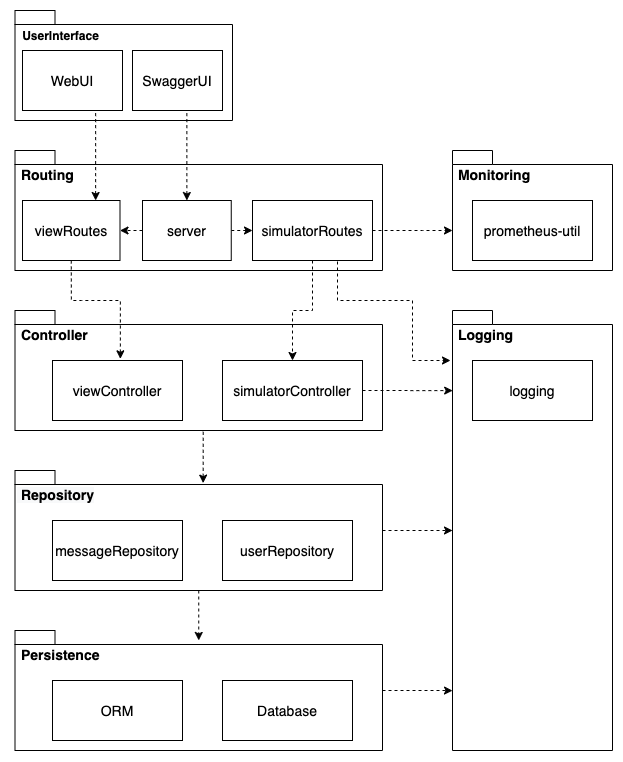
Before: report/images/ch2_packet_overview.png, a diagram exported from draw.io (mortenskoett/itu-devops-group-noname). Source tidied: cells renumbered, new cells last; positions are measured from the earlier drawing's top-left corner, leaving out a move shared by most shapes.
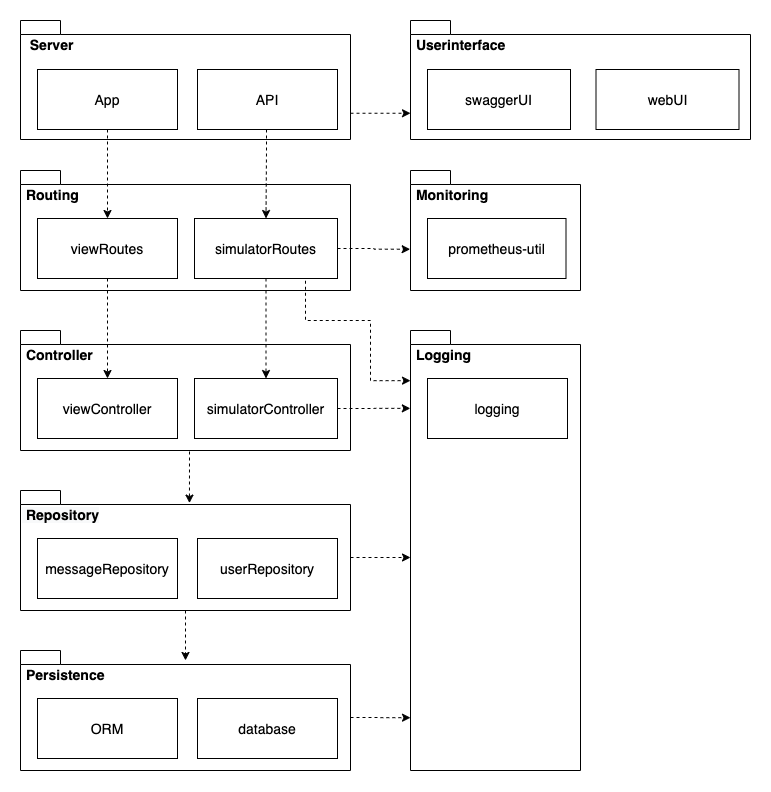
The same file after the commit.

Commit message:
Fix package overview

The edit, as a diff of the source:
```diff
@@ -2,144 +2,124 @@
   <root>
     <mxCell id="0" />
     <mxCell id="1" parent="0" />
-    <mxCell id="2" style="shape=folder;fontStyle=1;spacingTop=10;tabWidth=40;tabHeight=14;tabPosition=left;html=1;align=left;verticalAlign=top;fontSize=14;" parent="1" vertex="1">
-      <mxGeometry x="4.5" width="217.5" height="110" as="geometry" />
+    <mxCell id="2" style="edgeStyle=orthogonalEdgeStyle;rounded=0;jettySize=auto;html=1;exitX=0;exitY=0;exitDx=330;exitDy=92.74999999999999;exitPerimeter=0;entryX=0;entryY=0;entryDx=0;entryDy=92.74999999999999;entryPerimeter=0;dashed=1;" parent="1" edge="1" source="3" target="4">
+      <mxGeometry relative="1" as="geometry" />
     </mxCell>
-    <mxCell id="3" value="&amp;nbsp;Logging" style="shape=folder;fontStyle=1;spacingTop=10;tabWidth=40;tabHeight=14;tabPosition=left;html=1;align=left;verticalAlign=top;fontSize=14;" parent="1" vertex="1">
-      <mxGeometry x="442" y="300" width="160" height="440" as="geometry" />
+    <mxCell id="3" value="&amp;nbsp; Server" style="shape=folder;fontStyle=1;spacingTop=10;tabWidth=40;tabHeight=14;tabPosition=left;html=1;align=left;verticalAlign=top;fontSize=14;" parent="1" vertex="1">
+      <mxGeometry x="42" y="-10" width="330" height="119" as="geometry" />
     </mxCell>
-    <mxCell id="4" value="&amp;nbsp;Monitoring" style="shape=folder;fontStyle=1;spacingTop=10;tabWidth=40;tabHeight=14;tabPosition=left;html=1;align=left;verticalAlign=top;fontSize=14;" parent="1" vertex="1">
-      <mxGeometry x="442" y="140" width="160" height="120" as="geometry" />
+    <mxCell id="4" value="&amp;nbsp;Userinterface" style="shape=folder;fontStyle=1;spacingTop=10;tabWidth=40;tabHeight=14;tabPosition=left;html=1;align=left;verticalAlign=top;fontSize=14;" parent="1" vertex="1">
+      <mxGeometry x="432" y="-10" width="340" height="119" as="geometry" />
     </mxCell>
-    <mxCell id="5" value="&amp;nbsp;Routing" style="shape=folder;fontStyle=1;spacingTop=10;tabWidth=40;tabHeight=14;tabPosition=left;html=1;align=left;verticalAlign=top;fontSize=14;" parent="1" vertex="1">
-      <mxGeometry x="4.5" y="140" width="367.5" height="120" as="geometry" />
+    <mxCell id="5" value="&amp;nbsp;Logging" style="shape=folder;fontStyle=1;spacingTop=10;tabWidth=40;tabHeight=14;tabPosition=left;html=1;align=left;verticalAlign=top;fontSize=14;" parent="1" vertex="1">
+      <mxGeometry x="432" y="300" width="170" height="440" as="geometry" />
     </mxCell>
-    <mxCell id="6" value="&amp;nbsp;Persistence" style="shape=folder;fontStyle=1;spacingTop=10;tabWidth=40;tabHeight=14;tabPosition=left;html=1;align=left;verticalAlign=top;fontSize=14;" parent="1" vertex="1">
-      <mxGeometry x="4.5" y="620" width="367.5" height="120" as="geometry" />
+    <mxCell id="6" value="&amp;nbsp;Monitoring" style="shape=folder;fontStyle=1;spacingTop=10;tabWidth=40;tabHeight=14;tabPosition=left;html=1;align=left;verticalAlign=top;fontSize=14;" parent="1" vertex="1">
+      <mxGeometry x="432" y="140" width="170" height="120" as="geometry" />
     </mxCell>
-    <mxCell id="7" style="edgeStyle=orthogonalEdgeStyle;rounded=0;jettySize=auto;html=1;exitX=0.5;exitY=1;exitDx=0;exitDy=0;exitPerimeter=0;entryX=0.5;entryY=0.083;entryDx=0;entryDy=0;entryPerimeter=0;dashed=1;fontSize=14;" parent="1" edge="1" source="8" target="6">
-      <mxGeometry relative="1" as="geometry" />
+    <mxCell id="7" value="&amp;nbsp;Routing" style="shape=folder;fontStyle=1;spacingTop=10;tabWidth=40;tabHeight=14;tabPosition=left;html=1;align=left;verticalAlign=top;fontSize=14;" parent="1" vertex="1">
+      <mxGeometry x="42" y="140" width="330" height="120" as="geometry" />
     </mxCell>
-    <mxCell id="8" value="&lt;span style=&quot;color: rgb(0, 0, 0); font-family: helvetica; font-size: 14px; font-style: normal; font-weight: 700; letter-spacing: normal; text-align: center; text-indent: 0px; text-transform: none; word-spacing: 0px; background-color: rgb(248, 249, 250); float: none; display: inline;&quot;&gt;&amp;nbsp;Repository&lt;/span&gt;" style="shape=folder;fontStyle=1;spacingTop=10;tabWidth=40;tabHeight=14;tabPosition=left;html=1;align=left;verticalAlign=top;fontSize=14;" parent="1" vertex="1">
-      <mxGeometry x="4.5" y="460" width="367.5" height="120" as="geometry" />
+    <mxCell id="8" style="edgeStyle=orthogonalEdgeStyle;rounded=0;jettySize=auto;html=1;exitX=0;exitY=0;exitDx=330;exitDy=67;exitPerimeter=0;entryX=0;entryY=0.88;entryDx=0;entryDy=0;entryPerimeter=0;dashed=1;" parent="1" edge="1" source="9" target="5">
+      <mxGeometry relative="1" as="geometry" />
     </mxCell>
-    <mxCell id="9" value="&amp;nbsp;&lt;span style=&quot;text-align: center; font-size: 14px;&quot;&gt;Controller&lt;/span&gt;" style="shape=folder;fontStyle=1;spacingTop=10;tabWidth=40;tabHeight=14;tabPosition=left;html=1;align=left;verticalAlign=top;fontSize=14;" parent="1" vertex="1">
-      <mxGeometry x="4.5" y="300" width="367.5" height="120" as="geometry" />
+    <mxCell id="9" value="&amp;nbsp;Persistence" style="shape=folder;fontStyle=1;spacingTop=10;tabWidth=40;tabHeight=14;tabPosition=left;html=1;align=left;verticalAlign=top;fontSize=14;" parent="1" vertex="1">
+      <mxGeometry x="42" y="620" width="330" height="120" as="geometry" />
     </mxCell>
-    <mxCell id="10" style="edgeStyle=orthogonalEdgeStyle;rounded=0;jettySize=auto;html=1;exitX=0.5;exitY=1;exitDx=0;exitDy=0;entryX=0.5;entryY=0;entryDx=0;entryDy=0;dashed=1;" parent="1" edge="1" source="11" target="15">
+    <mxCell id="10" style="edgeStyle=orthogonalEdgeStyle;rounded=0;jettySize=auto;html=1;exitX=0.5;exitY=1;exitDx=0;exitDy=0;exitPerimeter=0;entryX=0.5;entryY=0.083;entryDx=0;entryDy=0;entryPerimeter=0;dashed=1;fontSize=14;" parent="1" edge="1" source="12" target="9">
       <mxGeometry relative="1" as="geometry" />
     </mxCell>
-    <mxCell id="11" value="simulatorRoutes" style="rounded=0;whiteSpace=wrap;html=1;fontSize=14;" parent="1" vertex="1">
-      <mxGeometry x="242" y="190" width="120" height="60" as="geometry" />
+    <mxCell id="11" style="edgeStyle=orthogonalEdgeStyle;rounded=0;jettySize=auto;html=1;exitX=0;exitY=0;exitDx=330;exitDy=67;exitPerimeter=0;entryX=0;entryY=0;entryDx=0;entryDy=227;entryPerimeter=0;dashed=1;" parent="1" edge="1" source="12" target="5">
+      <mxGeometry relative="1" as="geometry" />
     </mxCell>
-    <mxCell id="12" style="edgeStyle=orthogonalEdgeStyle;rounded=0;jettySize=auto;html=1;exitX=0.5;exitY=1;exitDx=0;exitDy=0;entryX=0.522;entryY=-0.028;entryDx=0;entryDy=0;entryPerimeter=0;dashed=1;fontSize=14;" parent="1" edge="1" source="13" target="16">
-      <mxGeometry relative="1" as="geometry">
-        <Array as="points">
-          <mxPoint x="71" y="290" />
-          <mxPoint x="115" y="290" />
-        </Array>
-      </mxGeometry>
+    <mxCell id="12" value="&lt;span style=&quot;color: rgb(0, 0, 0); font-family: helvetica; font-size: 14px; font-style: normal; font-weight: 700; letter-spacing: normal; text-align: center; text-indent: 0px; text-transform: none; word-spacing: 0px; background-color: rgb(248, 249, 250); float: none; display: inline;&quot;&gt;&amp;nbsp;Repository&lt;/span&gt;" style="shape=folder;fontStyle=1;spacingTop=10;tabWidth=40;tabHeight=14;tabPosition=left;html=1;align=left;verticalAlign=top;fontSize=14;" parent="1" vertex="1">
+      <mxGeometry x="42" y="460" width="330" height="120" as="geometry" />
     </mxCell>
-    <mxCell id="13" value="viewRoutes" style="rounded=0;whiteSpace=wrap;html=1;fontSize=14;" parent="1" vertex="1">
-      <mxGeometry x="12" y="190" width="97.5" height="60" as="geometry" />
+    <mxCell id="13" value="&amp;nbsp;&lt;span style=&quot;text-align: center; font-size: 14px;&quot;&gt;Controller&lt;/span&gt;" style="shape=folder;fontStyle=1;spacingTop=10;tabWidth=40;tabHeight=14;tabPosition=left;html=1;align=left;verticalAlign=top;fontSize=14;" parent="1" vertex="1">
+      <mxGeometry x="42" y="300" width="330" height="120" as="geometry" />
     </mxCell>
-    <mxCell id="14" style="edgeStyle=orthogonalEdgeStyle;rounded=0;jettySize=auto;html=1;exitX=1;exitY=0.5;exitDx=0;exitDy=0;entryX=0.001;entryY=0.182;entryDx=0;entryDy=0;entryPerimeter=0;dashed=1;" parent="1" edge="1" source="15" target="3">
+    <mxCell id="14" style="edgeStyle=orthogonalEdgeStyle;rounded=0;jettySize=auto;html=1;exitX=0.5;exitY=1;exitDx=0;exitDy=0;entryX=0.5;entryY=0;entryDx=0;entryDy=0;dashed=1;" parent="1" edge="1" source="16" target="20">
       <mxGeometry relative="1" as="geometry" />
     </mxCell>
-    <mxCell id="15" value="simulatorController" style="rounded=0;whiteSpace=wrap;html=1;fontSize=14;" parent="1" vertex="1">
-      <mxGeometry x="212" y="350" width="140" height="60" as="geometry" />
+    <mxCell id="15" style="edgeStyle=orthogonalEdgeStyle;rounded=0;jettySize=auto;html=1;entryX=-0.002;entryY=0.656;entryDx=0;entryDy=0;entryPerimeter=0;dashed=1;" parent="1" edge="1" source="16" target="6">
+      <mxGeometry relative="1" as="geometry" />
     </mxCell>
-    <mxCell id="16" value="viewController" style="rounded=0;whiteSpace=wrap;html=1;fontSize=14;" parent="1" vertex="1">
-      <mxGeometry x="42" y="350" width="130" height="60" as="geometry" />
+    <mxCell id="16" value="simulatorRoutes" style="rounded=0;whiteSpace=wrap;html=1;fontSize=14;" parent="1" vertex="1">
+      <mxGeometry x="216" y="188" width="143" height="60" as="geometry" />
     </mxCell>
-    <mxCell id="17" value="userRepository" style="rounded=0;whiteSpace=wrap;html=1;fontSize=14;" parent="1" vertex="1">
-      <mxGeometry x="212" y="510" width="130" height="60" as="geometry" />
+    <mxCell id="17" style="edgeStyle=orthogonalEdgeStyle;rounded=0;jettySize=auto;html=1;exitX=0.5;exitY=1;exitDx=0;exitDy=0;entryX=0.5;entryY=0;entryDx=0;entryDy=0;dashed=1;" parent="1" edge="1" source="18" target="21">
+      <mxGeometry relative="1" as="geometry" />
     </mxCell>
-    <mxCell id="18" value="messageRepository" style="rounded=0;whiteSpace=wrap;html=1;fontSize=14;" parent="1" vertex="1">
-      <mxGeometry x="42" y="510" width="130" height="60" as="geometry" />
+    <mxCell id="18" value="viewRoutes" style="rounded=0;whiteSpace=wrap;html=1;fontSize=14;" parent="1" vertex="1">
+      <mxGeometry x="59" y="188" width="140" height="60" as="geometry" />
     </mxCell>
-    <mxCell id="19" value="ORM" style="rounded=0;whiteSpace=wrap;html=1;fontSize=14;" parent="1" vertex="1">
-      <mxGeometry x="42" y="670" width="130" height="60" as="geometry" />
+    <mxCell id="19" style="edgeStyle=orthogonalEdgeStyle;rounded=0;jettySize=auto;html=1;exitX=1;exitY=0.5;exitDx=0;exitDy=0;dashed=1;entryX=-0.001;entryY=0.177;entryDx=0;entryDy=0;entryPerimeter=0;" parent="1" edge="1" source="20" target="5">
+      <mxGeometry relative="1" as="geometry" />
     </mxCell>
-    <mxCell id="20" style="edgeStyle=orthogonalEdgeStyle;rounded=0;jettySize=auto;html=1;exitX=1;exitY=0.5;exitDx=0;exitDy=0;entryX=0;entryY=0.5;entryDx=0;entryDy=0;dashed=1;fontSize=14;" parent="1" edge="1" source="24" target="11">
-      <mxGeometry relative="1" as="geometry" />
+    <mxCell id="20" value="simulatorController" style="rounded=0;whiteSpace=wrap;html=1;fontSize=14;" parent="1" vertex="1">
+      <mxGeometry x="216" y="348" width="143" height="60" as="geometry" />
     </mxCell>
-    <mxCell id="21" style="edgeStyle=orthogonalEdgeStyle;rounded=0;jettySize=auto;html=1;exitX=0;exitY=0.5;exitDx=0;exitDy=0;entryX=1;entryY=0.5;entryDx=0;entryDy=0;dashed=1;fontSize=14;" parent="1" edge="1" source="24" target="13">
-      <mxGeometry relative="1" as="geometry" />
+    <mxCell id="21" value="viewController" style="rounded=0;whiteSpace=wrap;html=1;fontSize=14;" parent="1" vertex="1">
+      <mxGeometry x="59" y="348" width="140" height="60" as="geometry" />
     </mxCell>
-    <mxCell id="22" style="edgeStyle=orthogonalEdgeStyle;rounded=0;jettySize=auto;html=1;exitX=0.75;exitY=0;exitDx=0;exitDy=0;dashed=1;startArrow=classic;startFill=1;endArrow=none;endFill=0;entryX=0.75;entryY=1;entryDx=0;entryDy=0;" parent="1" edge="1" source="13" target="28">
-      <mxGeometry relative="1" as="geometry">
-        <Array as="points">
-          <mxPoint x="85" y="100" />
-        </Array>
-      </mxGeometry>
+    <mxCell id="22" value="userRepository" style="rounded=0;whiteSpace=wrap;html=1;fontSize=14;" parent="1" vertex="1">
+      <mxGeometry x="219" y="508" width="140" height="60" as="geometry" />
     </mxCell>
-    <mxCell id="23" style="edgeStyle=orthogonalEdgeStyle;rounded=0;jettySize=auto;html=1;exitX=0.5;exitY=0;exitDx=0;exitDy=0;entryX=0.604;entryY=0.999;entryDx=0;entryDy=0;entryPerimeter=0;dashed=1;startArrow=classic;startFill=1;endArrow=none;endFill=0;" parent="1" edge="1" source="24" target="35">
-      <mxGeometry relative="1" as="geometry" />
+    <mxCell id="23" value="messageRepository" style="rounded=0;whiteSpace=wrap;html=1;fontSize=14;" parent="1" vertex="1">
+      <mxGeometry x="59" y="508" width="140" height="60" as="geometry" />
     </mxCell>
-    <mxCell id="24" value="server" style="rounded=0;whiteSpace=wrap;html=1;fontSize=14;" parent="1" vertex="1">
-      <mxGeometry x="132" y="190" width="88.8" height="60" as="geometry" />
+    <mxCell id="24" value="ORM" style="rounded=0;whiteSpace=wrap;html=1;fontSize=14;" parent="1" vertex="1">
+      <mxGeometry x="59" y="668" width="140" height="60" as="geometry" />
     </mxCell>
     <mxCell id="25" value="prometheus-util" style="rounded=0;whiteSpace=wrap;html=1;fontSize=14;" parent="1" vertex="1">
-      <mxGeometry x="462" y="190" width="120" height="60" as="geometry" />
+      <mxGeometry x="449" y="188" width="138.5" height="60" as="geometry" />
     </mxCell>
-    <mxCell id="26" value="logging" style="rounded=0;whiteSpace=wrap;html=1;fontSize=14;" parent="1" vertex="1">
-      <mxGeometry x="462" y="350" width="120" height="60" as="geometry" />
+    <mxCell id="26" style="edgeStyle=orthogonalEdgeStyle;rounded=0;jettySize=auto;html=1;dashed=1;entryX=0.512;entryY=0.105;entryDx=0;entryDy=0;entryPerimeter=0;fontSize=14;" parent="1" edge="1" target="12">
+      <mxGeometry relative="1" as="geometry">
+        <mxPoint x="152" y="420" as="sourcePoint" />
+        <Array as="points">
+          <mxPoint x="152" y="420" />
+        </Array>
+      </mxGeometry>
     </mxCell>
-    <mxCell id="27" style="edgeStyle=orthogonalEdgeStyle;rounded=0;jettySize=auto;html=1;dashed=1;entryX=0.512;entryY=0.105;entryDx=0;entryDy=0;entryPerimeter=0;fontSize=14;" parent="1" edge="1" target="8">
-      <mxGeometry relative="1" as="geometry">
-        <mxPoint x="152" y="420" as="sourcePoint" />
-        <Array as="points">
-          <mxPoint x="152" y="420" />
-        </Array>
-      </mxGeometry>
+    <mxCell id="27" value="webUI" style="rounded=0;whiteSpace=wrap;html=1;fontSize=14;" parent="1" vertex="1">
+      <mxGeometry x="617.5" y="39" width="143" height="60" as="geometry" />
     </mxCell>
-    <mxCell id="28" value="WebUI" style="rounded=0;whiteSpace=wrap;html=1;fontSize=14;" parent="1" vertex="1">
-      <mxGeometry x="12" y="40" width="100" height="60" as="geometry" />
+    <mxCell id="28" value="database" style="rounded=0;whiteSpace=wrap;html=1;fontSize=14;" parent="1" vertex="1">
+      <mxGeometry x="219" y="668" width="140" height="60" as="geometry" />
     </mxCell>
-    <mxCell id="29" value="Database" style="rounded=0;whiteSpace=wrap;html=1;fontSize=14;" parent="1" vertex="1">
-      <mxGeometry x="212" y="670" width="130" height="60" as="geometry" />
+    <mxCell id="29" style="edgeStyle=orthogonalEdgeStyle;rounded=0;jettySize=auto;html=1;dashed=1;exitX=0.75;exitY=1;exitDx=0;exitDy=0;fontSize=14;entryX=0;entryY=0.114;entryDx=0;entryDy=0;entryPerimeter=0;" parent="1" edge="1" source="16" target="5">
+      <mxGeometry relative="1" as="geometry">
+        <Array as="points">
+          <mxPoint x="327" y="248" />
+          <mxPoint x="327" y="290" />
+          <mxPoint x="392" y="290" />
+          <mxPoint x="392" y="350" />
+        </Array>
+      </mxGeometry>
     </mxCell>
-    <mxCell id="30" style="edgeStyle=orthogonalEdgeStyle;rounded=0;jettySize=auto;html=1;dashed=1;entryX=0;entryY=0.864;entryDx=0;entryDy=0;entryPerimeter=0;fontSize=14;" parent="1" edge="1" source="6" target="3">
-      <mxGeometry relative="1" as="geometry">
-        <Array as="points">
-          <mxPoint x="432" y="680" />
-          <mxPoint x="432" y="680" />
-        </Array>
-      </mxGeometry>
+    <mxCell id="30" value="swaggerUI" style="rounded=0;whiteSpace=wrap;html=1;fontSize=14;" parent="1" vertex="1">
+      <mxGeometry x="449" y="39" width="143" height="60" as="geometry" />
     </mxCell>
-    <mxCell id="31" style="edgeStyle=orthogonalEdgeStyle;rounded=0;jettySize=auto;html=1;dashed=1;fontSize=14;" parent="1" edge="1" source="8">
-      <mxGeometry relative="1" as="geometry">
-        <mxPoint x="442" y="520" as="targetPoint" />
-        <Array as="points">
-          <mxPoint x="442" y="520" />
-        </Array>
-      </mxGeometry>
+    <mxCell id="31" style="edgeStyle=orthogonalEdgeStyle;rounded=0;jettySize=auto;html=1;dashed=1;" parent="1" edge="1" source="32" target="18">
+      <mxGeometry relative="1" as="geometry" />
     </mxCell>
-    <mxCell id="32" style="edgeStyle=orthogonalEdgeStyle;rounded=0;jettySize=auto;html=1;dashed=1;exitX=1;exitY=0.5;exitDx=0;exitDy=0;fontSize=14;" parent="1" edge="1" source="11">
-      <mxGeometry relative="1" as="geometry">
-        <mxPoint x="442" y="220" as="targetPoint" />
-        <Array as="points">
-          <mxPoint x="412" y="220" />
-          <mxPoint x="412" y="220" />
-        </Array>
-      </mxGeometry>
+    <mxCell id="32" value="App" style="rounded=0;whiteSpace=wrap;html=1;fontSize=14;" parent="1" vertex="1">
+      <mxGeometry x="59" y="39" width="140" height="60" as="geometry" />
     </mxCell>
-    <mxCell id="33" style="edgeStyle=orthogonalEdgeStyle;rounded=0;jettySize=auto;html=1;dashed=1;exitX=0.75;exitY=1;exitDx=0;exitDy=0;fontSize=14;" parent="1" edge="1" source="11">
-      <mxGeometry relative="1" as="geometry">
-        <mxPoint x="440" y="350" as="targetPoint" />
-        <Array as="points">
-          <mxPoint x="327" y="290" />
-          <mxPoint x="402" y="290" />
-          <mxPoint x="402" y="350" />
-        </Array>
-      </mxGeometry>
+    <mxCell id="33" value="logging" style="rounded=0;whiteSpace=wrap;html=1;fontSize=14;" parent="1" vertex="1">
+      <mxGeometry x="449" y="348" width="140" height="60" as="geometry" />
     </mxCell>
-    <mxCell id="34" value="UserInterface" style="text;html=1;align=center;verticalAlign=middle;fontStyle=1;" parent="1" vertex="1">
-      <mxGeometry y="15" width="100" height="20" as="geometry" />
+    <mxCell id="34" style="edgeStyle=orthogonalEdgeStyle;rounded=0;jettySize=auto;html=1;entryX=0.5;entryY=0;entryDx=0;entryDy=0;dashed=1;" parent="1" edge="1" source="35" target="16">
+      <mxGeometry relative="1" as="geometry">
+        <Array as="points">
+          <mxPoint x="288" y="120" />
+          <mxPoint x="288" y="120" />
+        </Array>
+      </mxGeometry>
     </mxCell>
-    <mxCell id="35" value="SwaggerUI" style="rounded=0;whiteSpace=wrap;html=1;fontSize=14;" parent="1" vertex="1">
-      <mxGeometry x="122" y="40" width="90" height="60" as="geometry" />
+    <mxCell id="35" value="API" style="rounded=0;whiteSpace=wrap;html=1;fontSize=14;" parent="1" vertex="1">
+      <mxGeometry x="219" y="39" width="140" height="60" as="geometry" />
     </mxCell>
   </root>
 </mxGraphModel>
```
